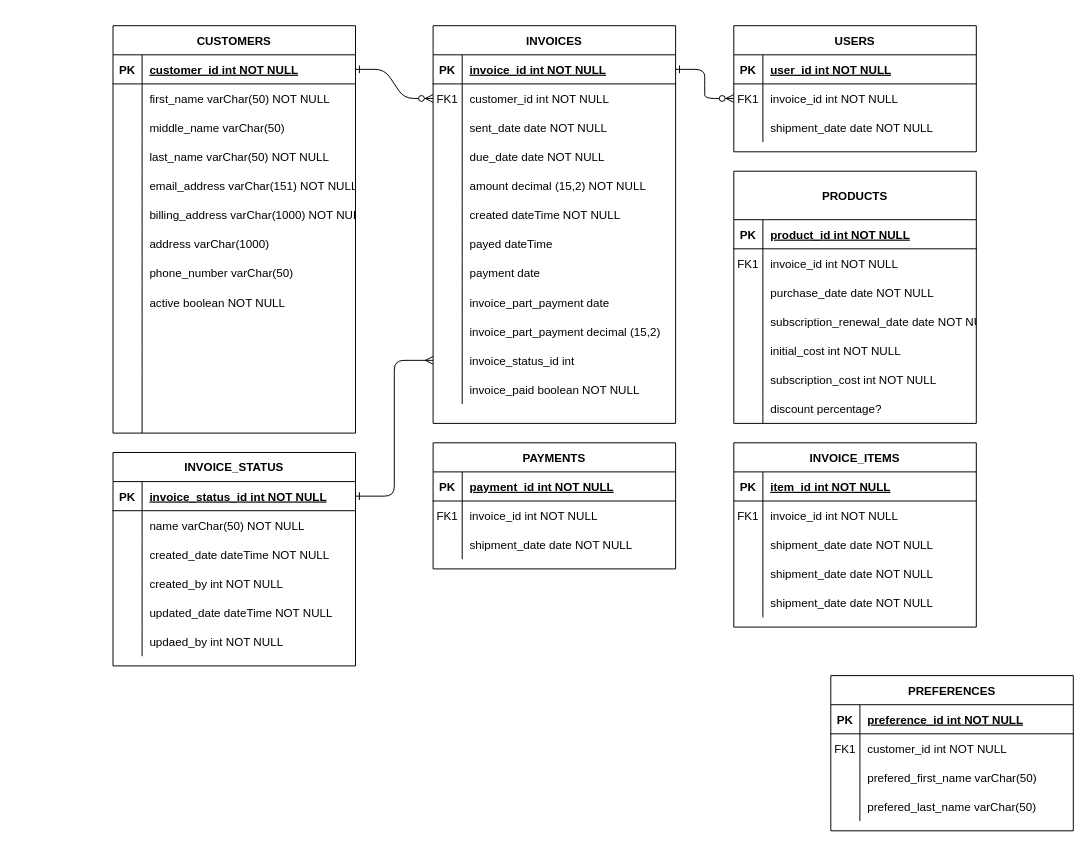
This is Untitled Diagram.drawio from alexei-garrow/hey-about-that, a draw.io file, before an edit. Source tidied: cells renumbered, new cells numbered last; positions are measured from the earlier drawing's top-left corner, leaving out a move shared by most shapes. Both pictures are drawn from the tidied source at 97%, with x=0, y=0 at pixel (113, 25).
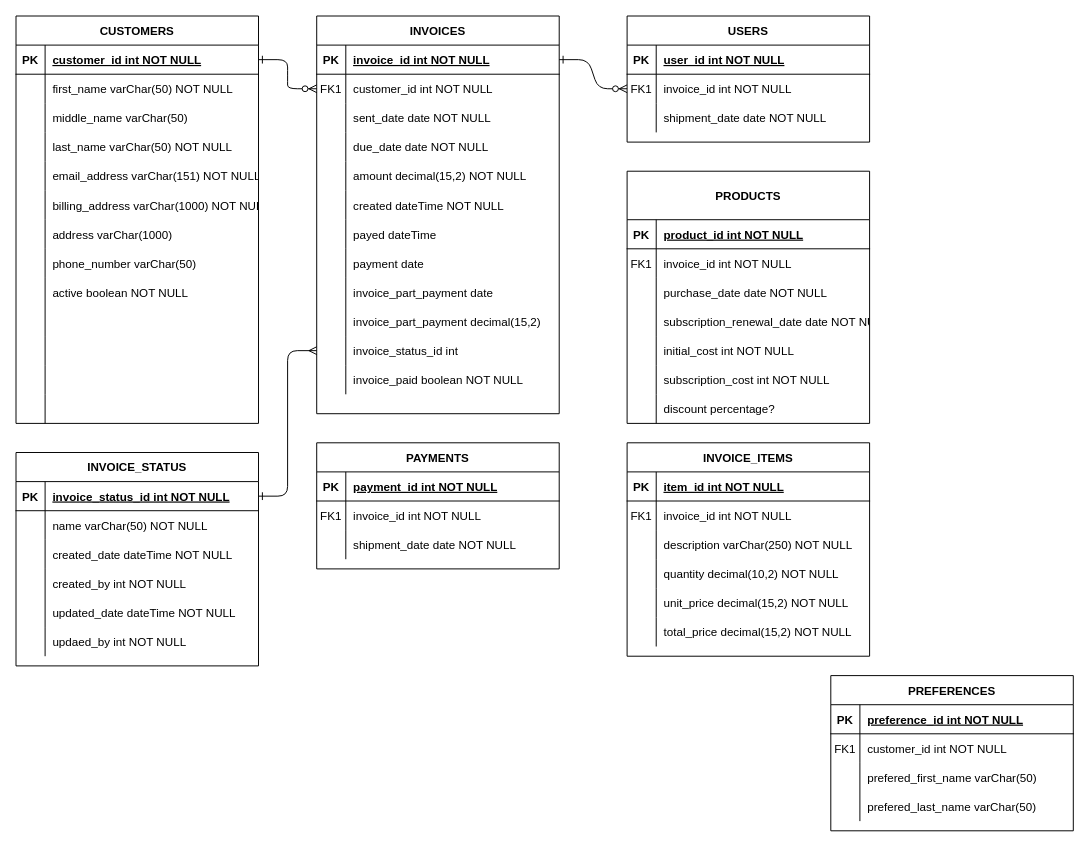
Above is the later version.

Commit message:
completed? invoice_items table. Probably

Unchanged cells that the change refers to:
```xml
<mxCell id="17" style="shape=partialRectangle;fillColor=none;top=0;left=0;right=0;bottom=0;" parent="4" vertex="1">
  <mxGeometry y="150" width="250" height="30" as="geometry" />
</mxCell>
<mxCell id="32" style="shape=partialRectangle;fillColor=none;top=0;left=0;right=0;bottom=0;" parent="4" vertex="1">
  <mxGeometry y="300" width="250" height="30" as="geometry" />
</mxCell>
<mxCell id="163" style="shape=partialRectangle;fillColor=none;top=0;left=0;right=0;bottom=0;" parent="156" vertex="1">
  <mxGeometry y="90" width="250" height="30" as="geometry" />
</mxCell>
<mxCell id="166" style="shape=partialRectangle;fillColor=none;top=0;left=0;right=0;bottom=0;" parent="156" vertex="1">
  <mxGeometry y="120" width="250" height="30" as="geometry" />
</mxCell>
<mxCell id="169" style="shape=partialRectangle;fillColor=none;top=0;left=0;right=0;bottom=0;" parent="156" vertex="1">
  <mxGeometry y="150" width="250" height="30" as="geometry" />
</mxCell>
```

What changed in the source:
```diff
@@
     <mxCell id="4" value="INVOICES" style="shape=table;startSize=30;childLayout=tableLayout;rowLines=0;fontStyle=1;align=center;" parent="1" vertex="1">
-      <mxGeometry x="330" width="250" height="410" as="geometry" />
+      <mxGeometry x="210" y="-10" width="250" height="410" as="geometry" />
     </mxCell>
@@
-    <mxCell id="19" value="amount decimal (15,2) NOT NULL" style="shape=partialRectangle;overflow=hidden;fillColor=none;top=0;left=0;bottom=0;right=0;align=left;spacingLeft=6;" parent="17" vertex="1">
+    <mxCell id="19" value="amount decimal(15,2) NOT NULL" style="shape=partialRectangle;overflow=hidden;fillColor=none;top=0;left=0;bottom=0;right=0;align=left;spacingLeft=6;" parent="17" vertex="1">
       <mxGeometry x="30" width="220" height="30" as="geometry" />
     </mxCell>
@@
-    <mxCell id="34" value="invoice_part_payment decimal (15,2)" style="shape=partialRectangle;overflow=hidden;fillColor=none;top=0;left=0;bottom=0;right=0;align=left;spacingLeft=6;" parent="32" vertex="1">
+    <mxCell id="34" value="invoice_part_payment decimal(15,2)" style="shape=partialRectangle;overflow=hidden;fillColor=none;top=0;left=0;bottom=0;right=0;align=left;spacingLeft=6;" parent="32" vertex="1">
       <mxGeometry x="30" width="220" height="30" as="geometry" />
     </mxCell>
@@
     <mxCell id="41" value="USERS" style="shape=table;startSize=30;childLayout=tableLayout;rowLines=0;fontStyle=1;align=center;" parent="1" vertex="1">
-      <mxGeometry x="640" width="250" height="130" as="geometry" />
+      <mxGeometry x="530" y="-10" width="250" height="130" as="geometry" />
     </mxCell>
@@
     <mxCell id="51" value="CUSTOMERS" style="shape=table;startSize=30;childLayout=tableLayout;rowLines=0;fontStyle=1;align=center;" parent="1" vertex="1">
-      <mxGeometry width="250" height="420" as="geometry" />
+      <mxGeometry x="-100" y="-10" width="250" height="420" as="geometry" />
     </mxCell>
@@
     <mxCell id="91" value="PRODUCTS" style="shape=table;startSize=50;childLayout=tableLayout;rowLines=0;fontStyle=1;align=center;" parent="1" vertex="1">
-      <mxGeometry x="640" y="150" width="250" height="260" as="geometry" />
+      <mxGeometry x="530" y="150" width="250" height="260" as="geometry" />
     </mxCell>
@@
     <mxCell id="113" value="PAYMENTS" style="shape=table;startSize=30;childLayout=tableLayout;rowLines=0;fontStyle=1;align=center;" parent="1" vertex="1">
-      <mxGeometry x="330" y="430" width="250" height="130" as="geometry" />
+      <mxGeometry x="210" y="430" width="250" height="130" as="geometry" />
     </mxCell>
@@
     <mxCell id="136" value="INVOICE_STATUS" style="shape=table;startSize=30;childLayout=tableLayout;rowLines=0;fontStyle=1;align=center;" parent="1" vertex="1">
-      <mxGeometry y="440" width="250" height="220" as="geometry" />
+      <mxGeometry x="-100" y="440" width="250" height="220" as="geometry" />
     </mxCell>
@@
     <mxCell id="156" value="INVOICE_ITEMS" style="shape=table;startSize=30;childLayout=tableLayout;rowLines=0;fontStyle=1;align=center;" parent="1" vertex="1">
-      <mxGeometry x="640" y="430" width="250" height="190" as="geometry" />
+      <mxGeometry x="530" y="430" width="250" height="220" as="geometry" />
     </mxCell>
@@
-    <mxCell id="165" value="shipment_date date NOT NULL" style="shape=partialRectangle;overflow=hidden;fillColor=none;top=0;left=0;bottom=0;right=0;align=left;spacingLeft=6;" parent="163" vertex="1">
+    <mxCell id="165" value="description varChar(250) NOT NULL" style="shape=partialRectangle;overflow=hidden;fillColor=none;top=0;left=0;bottom=0;right=0;align=left;spacingLeft=6;" parent="163" vertex="1">
       <mxGeometry x="30" width="220" height="30" as="geometry" />
     </mxCell>
@@
-    <mxCell id="168" value="shipment_date date NOT NULL" style="shape=partialRectangle;overflow=hidden;fillColor=none;top=0;left=0;bottom=0;right=0;align=left;spacingLeft=6;" parent="166" vertex="1">
+    <mxCell id="168" value="quantity decimal(10,2) NOT NULL" style="shape=partialRectangle;overflow=hidden;fillColor=none;top=0;left=0;bottom=0;right=0;align=left;spacingLeft=6;" parent="166" vertex="1">
       <mxGeometry x="30" width="220" height="30" as="geometry" />
     </mxCell>
@@
-    <mxCell id="171" value="shipment_date date NOT NULL" style="shape=partialRectangle;overflow=hidden;fillColor=none;top=0;left=0;bottom=0;right=0;align=left;spacingLeft=6;" parent="169" vertex="1">
+    <mxCell id="171" value="unit_price decimal(15,2) NOT NULL" style="shape=partialRectangle;overflow=hidden;fillColor=none;top=0;left=0;bottom=0;right=0;align=left;spacingLeft=6;" parent="169" vertex="1">
       <mxGeometry x="30" width="220" height="30" as="geometry" />
     </mxCell>
+    <mxCell id="172" style="shape=partialRectangle;fillColor=none;top=0;left=0;right=0;bottom=0;" parent="156" vertex="1">
+      <mxGeometry y="180" width="250" height="30" as="geometry" />
+    </mxCell>
+    <mxCell id="173" style="shape=partialRectangle;overflow=hidden;fillColor=none;top=0;left=0;bottom=0;right=0;" parent="172" vertex="1">
+      <mxGeometry width="30" height="30" as="geometry" />
+    </mxCell>
+    <mxCell id="174" value="total_price decimal(15,2) NOT NULL" style="shape=partialRectangle;overflow=hidden;fillColor=none;top=0;left=0;bottom=0;right=0;align=left;spacingLeft=6;" parent="172" vertex="1">
+      <mxGeometry x="30" width="220" height="30" as="geometry" />
+    </mxCell>
```
